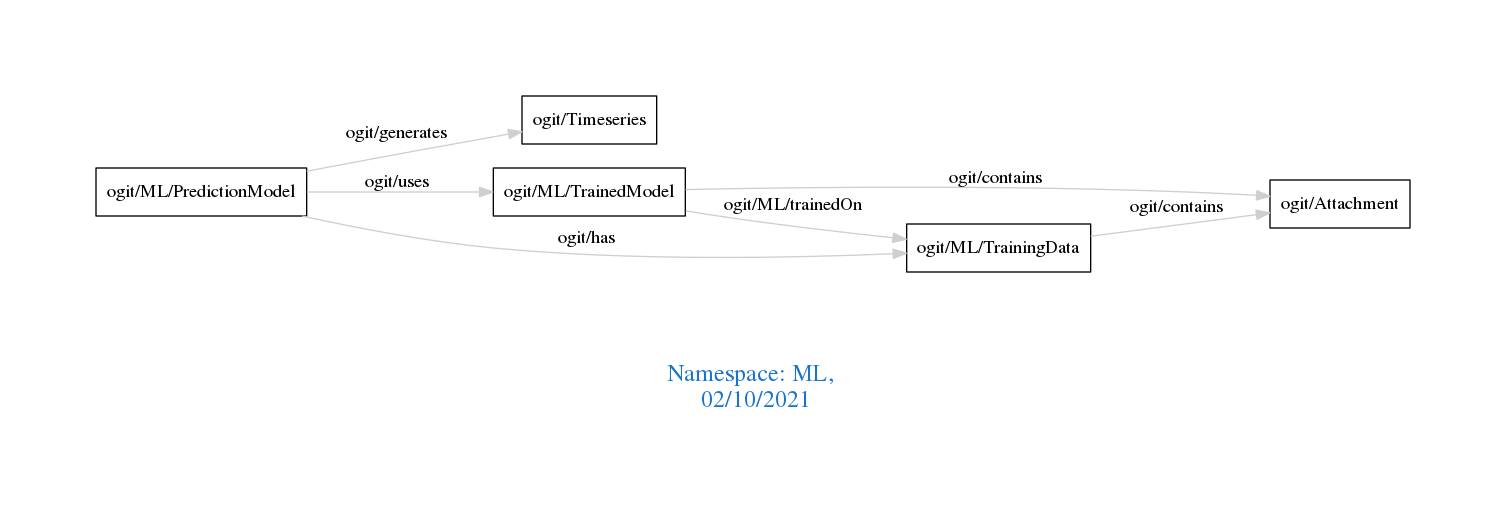
Earlier version of the Graphviz export downloads/ML.png (arago/OGIT). Its source is kept beside it as downloads/ML.dot.
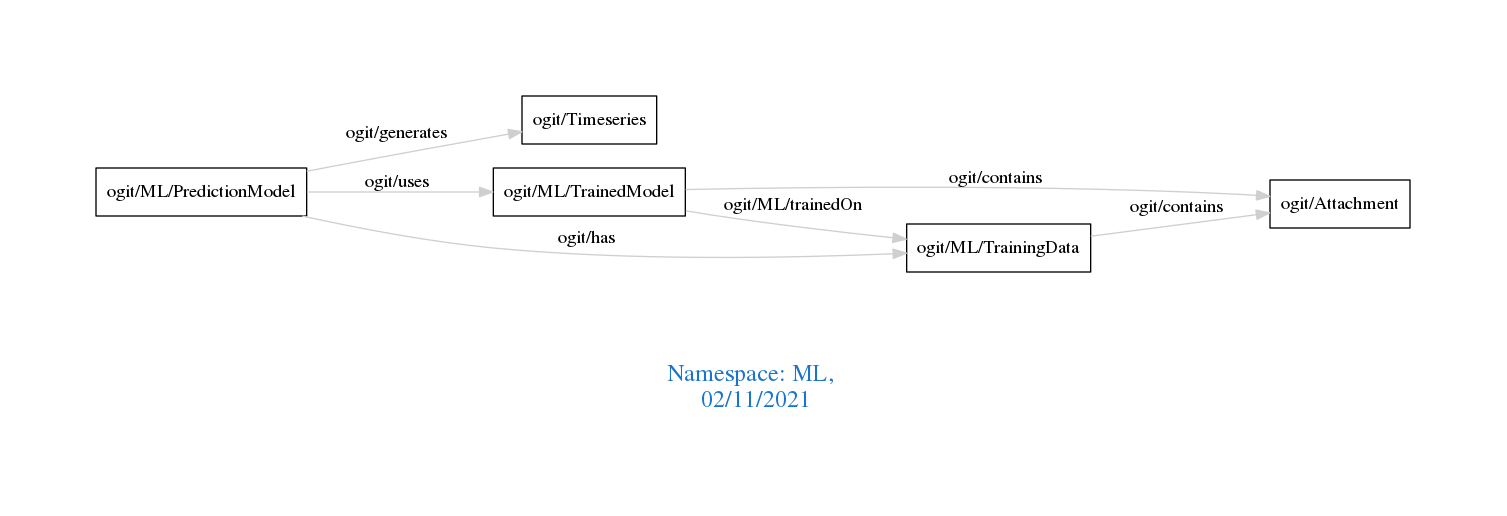
Above is the later version.

Diff of the diagram source:
```diff
@@ -1,7 +1,7 @@
 digraph OGIT_ontology {
  graph [ rankdir= LR,pad=1
 fontsize = 18,
-fontcolor= dodgerblue3,label = "\n\n\nNamespace: ML, \n 02/10/2021"];
+fontcolor= dodgerblue3,label = "\n\n\nNamespace: ML, \n 02/11/2021"];
 node[shape=polygon];
 edge [  color="gray81"];
 
```
